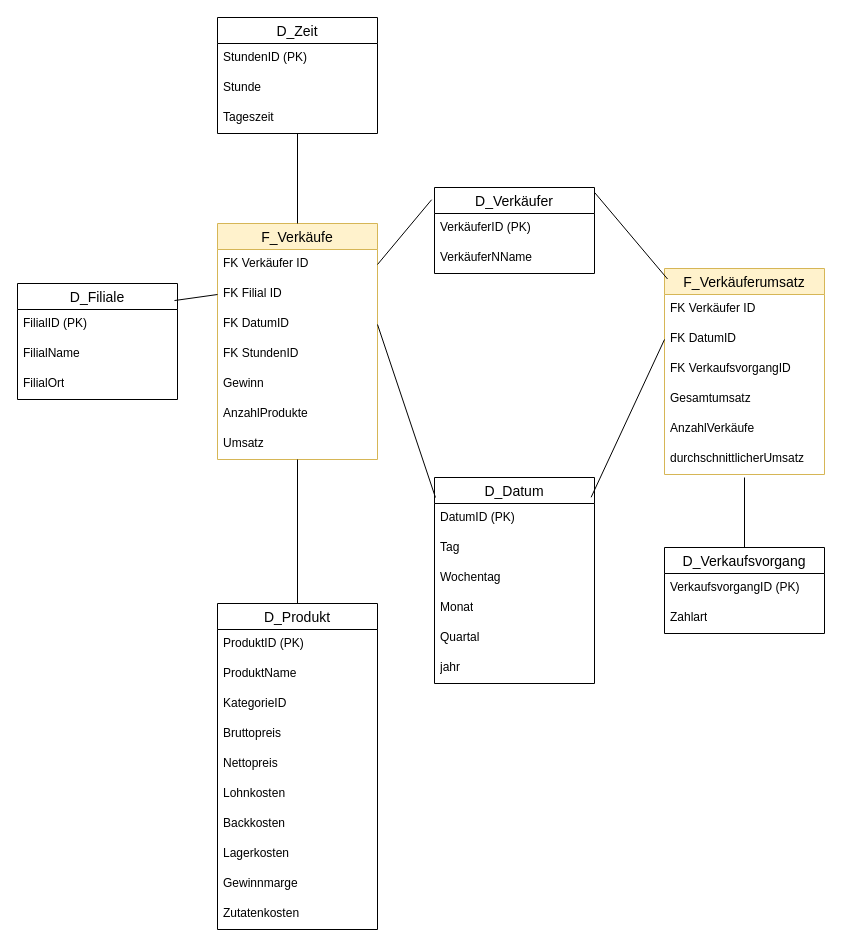
Thoerchen/BackZeit keeps this draw.io diagram as Galaxyschema_BrotZeit.drawio. Above is the earlier version. Source tidied: cells renumbered, new cells numbered last; positions are measured from the earlier drawing's top-left corner, leaving out a move shared by most shapes. Both pictures are drawn from the tidied source at 100%, with x=0, y=0 at pixel (17, 17).
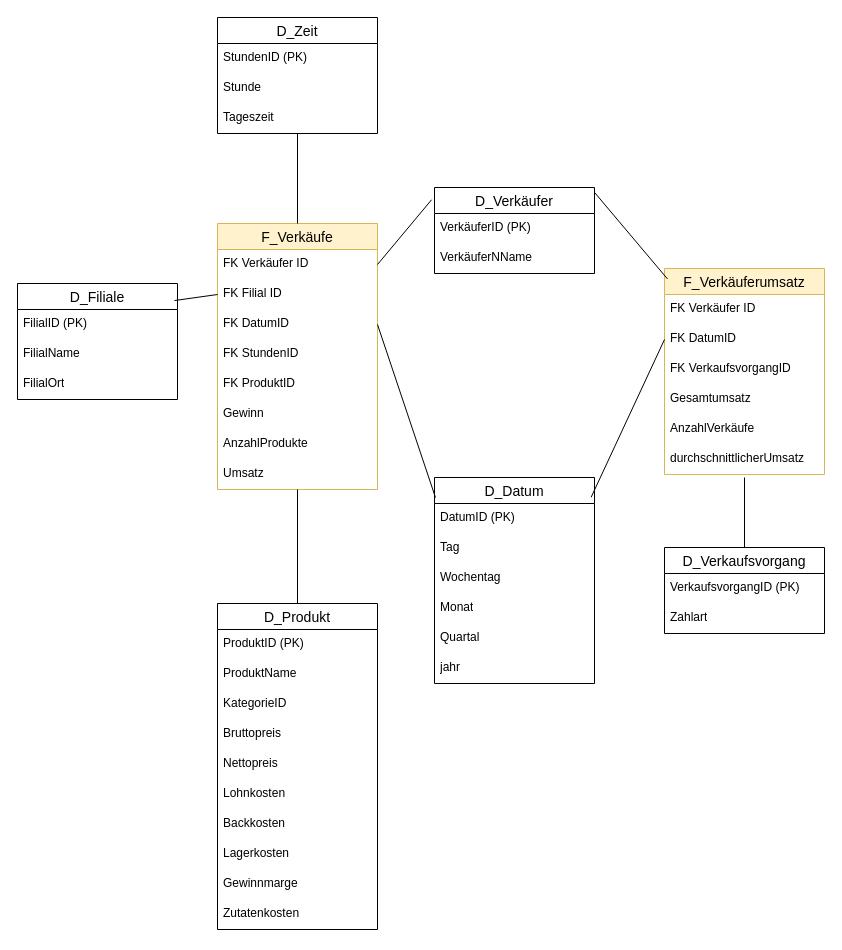
Above is the later version.

The edit, as a diff of the source:
```diff
@@
     <mxCell id="2" value="F_Verkäufe" style="swimlane;fontStyle=0;horizontal=1;startSize=26;align=center;fontSize=14;fillColor=#fff2cc;strokeColor=#d6b656;" parent="1" vertex="1">
-      <mxGeometry x="200" y="206" width="160" height="236" as="geometry" />
+      <mxGeometry x="200" y="206" width="160" height="266" as="geometry" />
     </mxCell>
@@
+    <mxCell id="57" value="FK ProduktID" style="text;strokeColor=none;fillColor=none;spacingLeft=4;spacingRight=4;overflow=hidden;fontSize=12;whiteSpace=wrap;html=1;" parent="2" vertex="1">
+      <mxGeometry y="146" width="160" height="30" as="geometry" />
+    </mxCell>
     <mxCell id="7" value="Gewinn" style="text;strokeColor=none;fillColor=none;spacingLeft=4;spacingRight=4;overflow=hidden;fontSize=12;whiteSpace=wrap;html=1;" parent="2" vertex="1">
-      <mxGeometry y="146" width="160" height="30" as="geometry" />
+      <mxGeometry y="176" width="160" height="30" as="geometry" />
     </mxCell>
     <mxCell id="8" value="AnzahlProdukte" style="text;strokeColor=none;fillColor=none;spacingLeft=4;spacingRight=4;overflow=hidden;fontSize=12;whiteSpace=wrap;html=1;" parent="2" vertex="1">
-      <mxGeometry y="176" width="160" height="30" as="geometry" />
+      <mxGeometry y="206" width="160" height="30" as="geometry" />
     </mxCell>
     <mxCell id="9" value="Umsatz" style="text;strokeColor=none;fillColor=none;spacingLeft=4;spacingRight=4;overflow=hidden;fontSize=12;whiteSpace=wrap;html=1;" parent="2" vertex="1">
-      <mxGeometry y="206" width="160" height="30" as="geometry" />
+      <mxGeometry y="236" width="160" height="30" as="geometry" />
     </mxCell>
```
